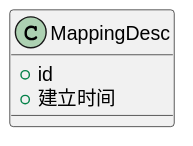
Before: modeling/assets/知识学习/学习层次/MappingDesc.svg, a diagram exported from PlantUML (AlleyNorthward/postgraduate-entrance-exam).
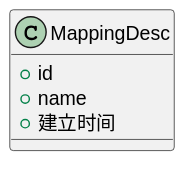
After the commit.

Diff of the diagram source:
```diff
@@ -1,6 +1,7 @@
 @startuml
 class MappingDesc {
     + id
+    + name
     + 建立时间
 }
 @enduml
```
